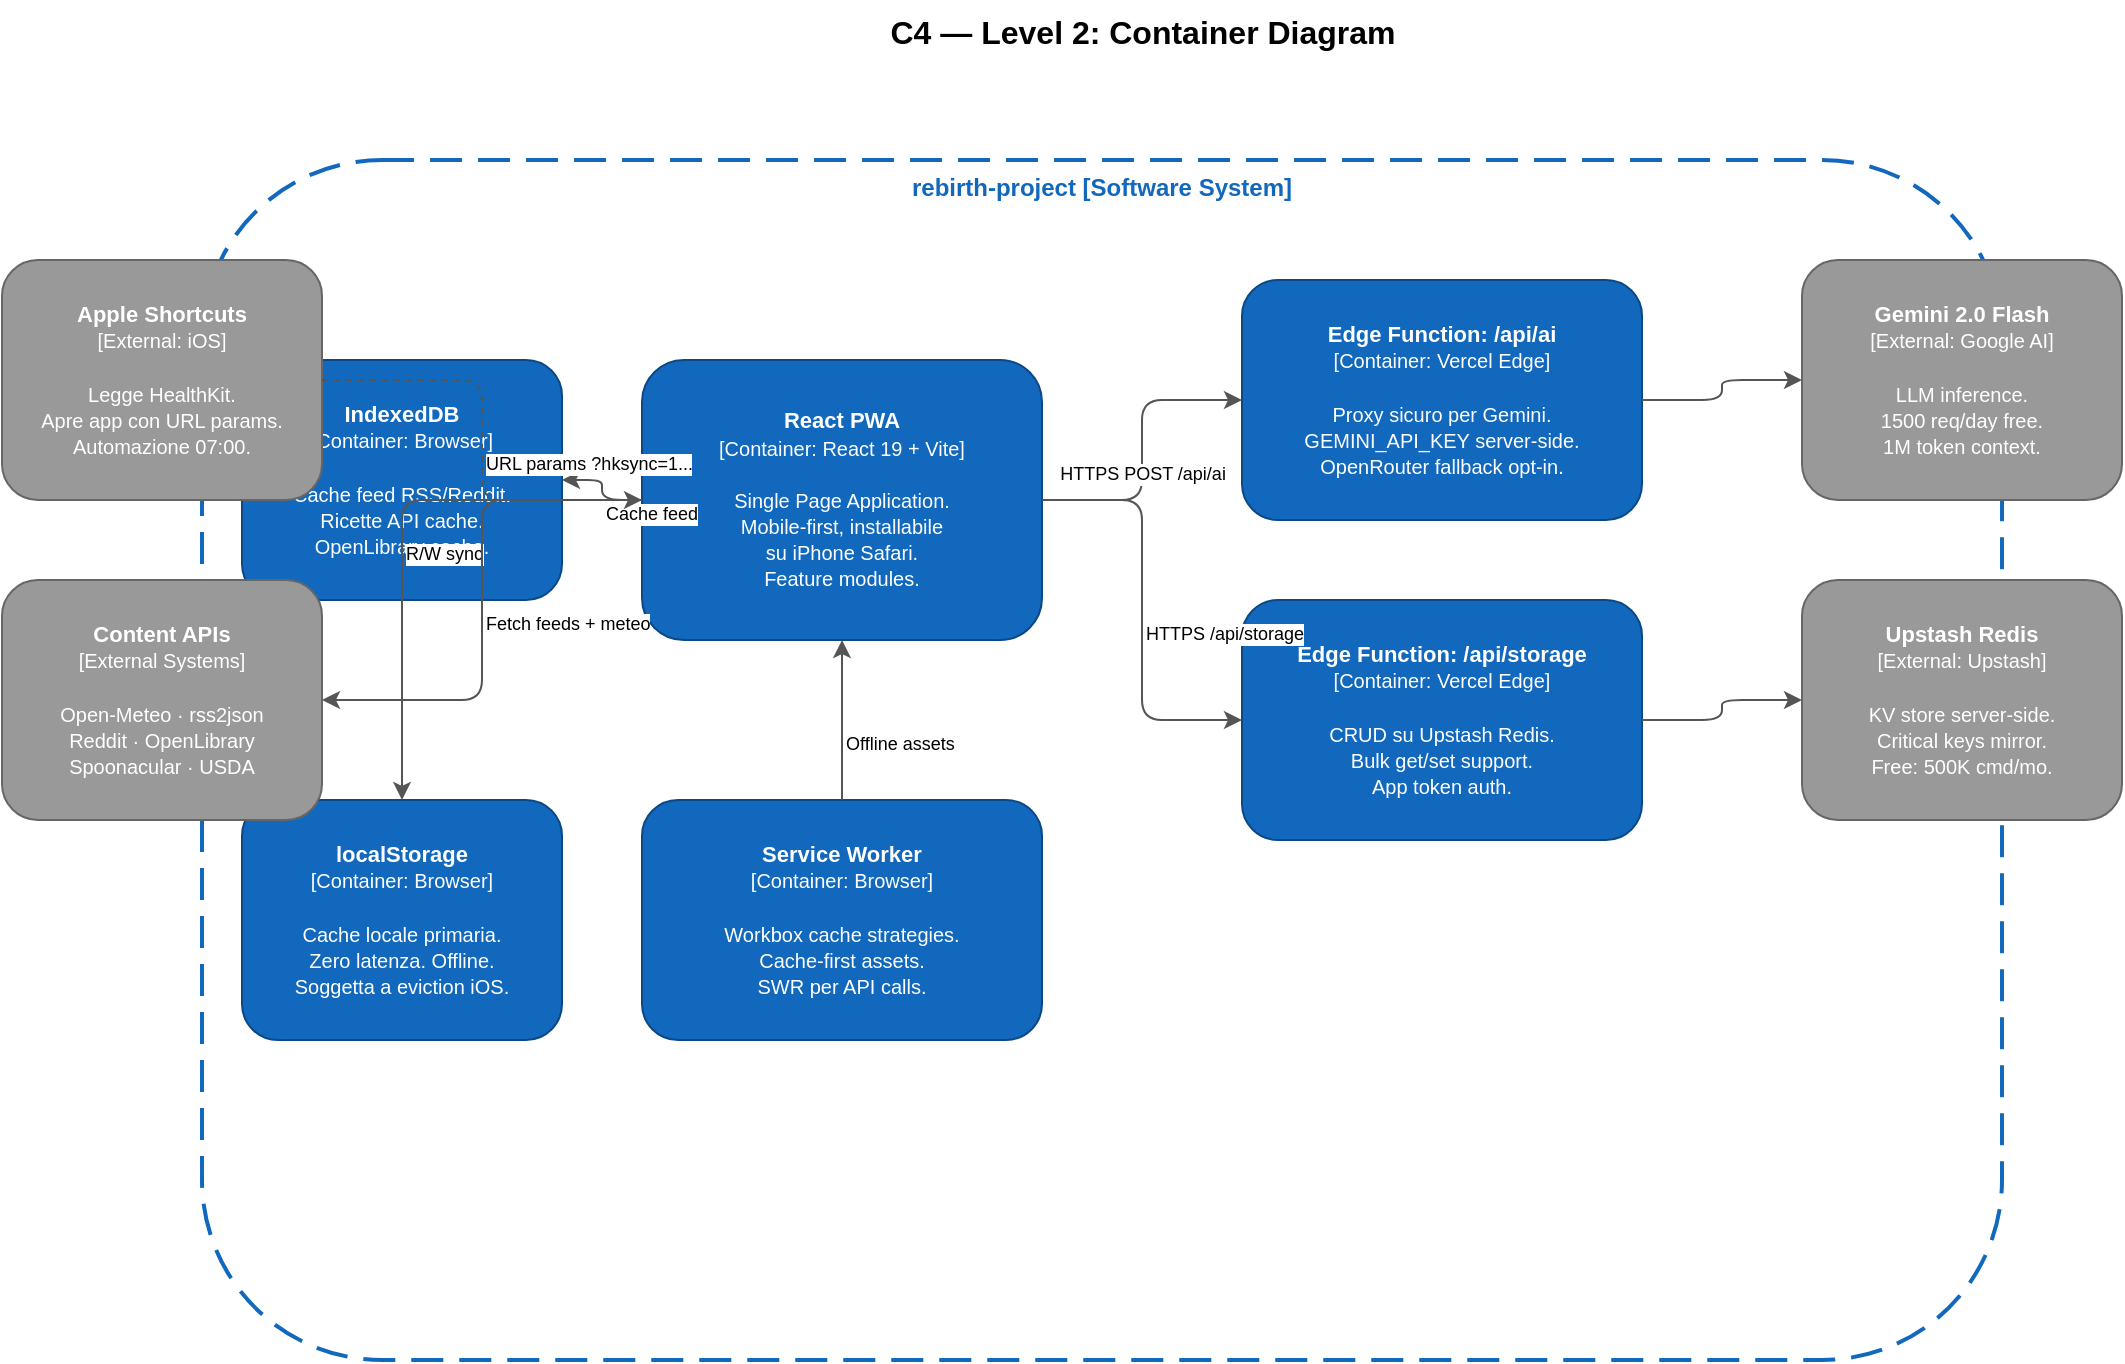
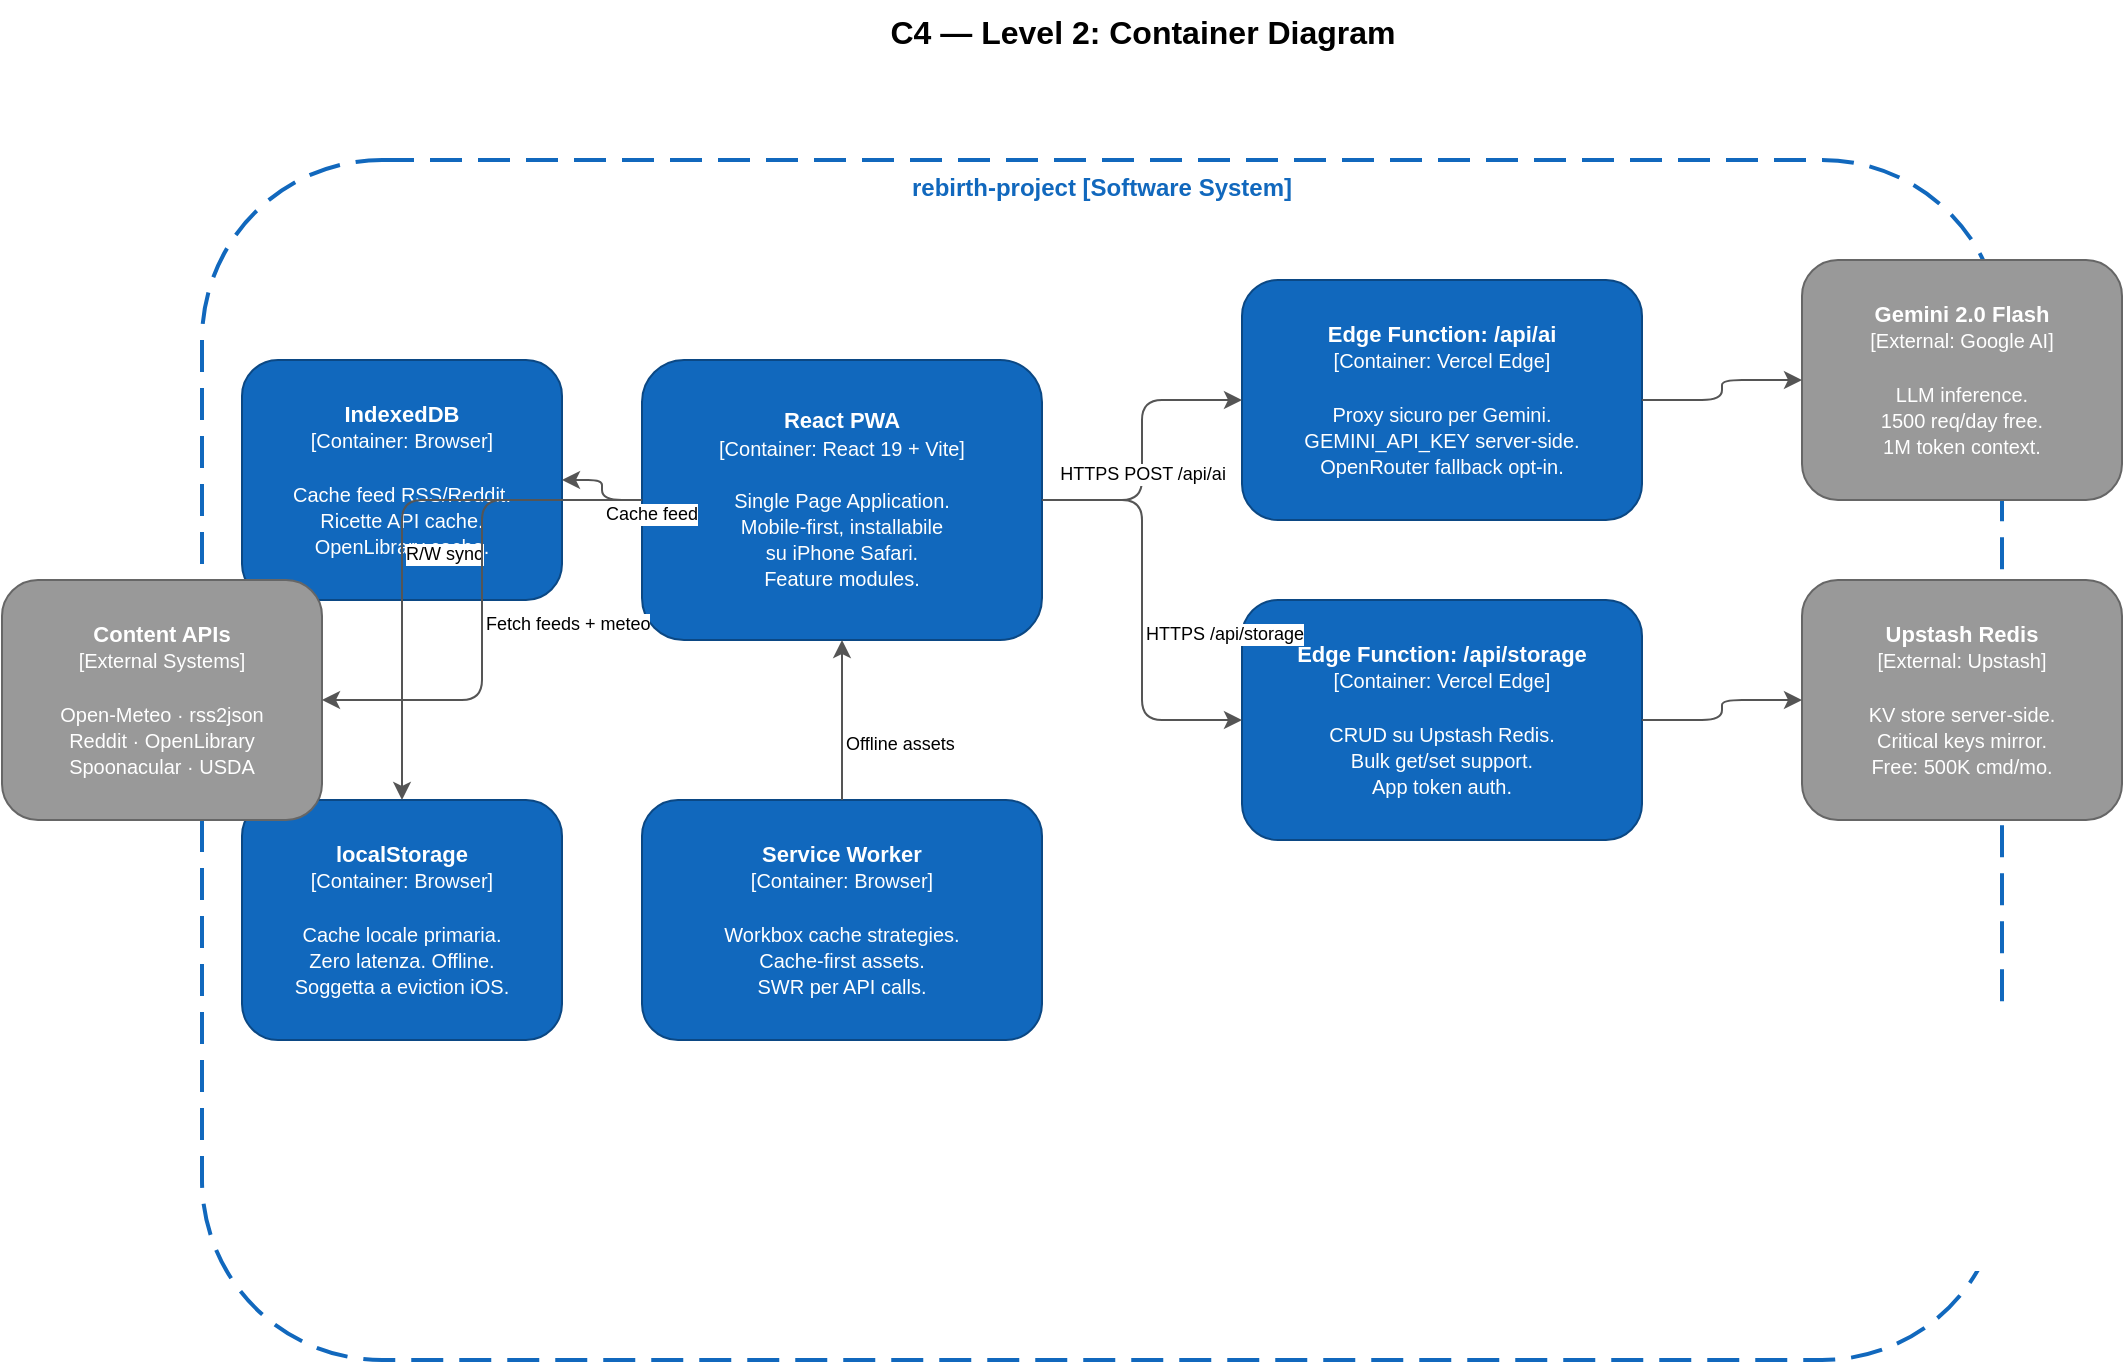
<mxfile host="Claude Code" version="21.0.0">
  <diagram name="C4 Level 2 — Containers" id="c4-containers">
    <mxGraphModel dx="1400" dy="900" grid="1" gridSize="10">
      <root>
        <mxCell id="0"/><mxCell id="1" parent="0"/>

        <mxCell id="t1" value="C4 — Level 2: Container Diagram" style="text;html=1;strokeColor=none;fillColor=none;align=center;fontSize=16;fontStyle=1;" vertex="1" parent="1">
          <mxGeometry x="300" y="20" width="700" height="30" as="geometry"/>
        </mxCell>

        <mxCell id="boundary" value="rebirth-project [Software System]" style="rounded=1;whiteSpace=wrap;html=1;strokeColor=#1168bd;fillColor=none;dashed=1;dashPattern=8 4;strokeWidth=2;fontColor=#1168bd;fontStyle=1;fontSize=12;verticalAlign=top;" vertex="1" parent="1">
          <mxGeometry x="180" y="100" width="900" height="600" as="geometry"/>
        </mxCell>

        <mxCell id="spa" value="&lt;b&gt;React PWA&lt;/b&gt;&lt;br/&gt;&lt;font style='font-size:10px'&gt;[Container: React 19 + Vite]&lt;br/&gt;&lt;br/&gt;Single Page Application.&lt;br/&gt;Mobile-first, installabile&lt;br/&gt;su iPhone Safari.&lt;br/&gt;Feature modules.&lt;/font&gt;" style="rounded=1;whiteSpace=wrap;html=1;fillColor=#1168bd;strokeColor=#0b4884;fontColor=#ffffff;fontSize=11;" vertex="1" parent="1">
          <mxGeometry x="400" y="200" width="200" height="140" as="geometry"/>
        </mxCell>

        <mxCell id="efai" value="&lt;b&gt;Edge Function: /api/ai&lt;/b&gt;&lt;br/&gt;&lt;font style='font-size:10px'&gt;[Container: Vercel Edge]&lt;br/&gt;&lt;br/&gt;Proxy sicuro per Gemini.&lt;br/&gt;GEMINI_API_KEY server-side.&lt;br/&gt;OpenRouter fallback opt-in.&lt;/font&gt;" style="rounded=1;whiteSpace=wrap;html=1;fillColor=#1168bd;strokeColor=#0b4884;fontColor=#ffffff;fontSize=11;" vertex="1" parent="1">
          <mxGeometry x="700" y="160" width="200" height="120" as="geometry"/>
        </mxCell>

        <mxCell id="efst" value="&lt;b&gt;Edge Function: /api/storage&lt;/b&gt;&lt;br/&gt;&lt;font style='font-size:10px'&gt;[Container: Vercel Edge]&lt;br/&gt;&lt;br/&gt;CRUD su Upstash Redis.&lt;br/&gt;Bulk get/set support.&lt;br/&gt;App token auth.&lt;/font&gt;" style="rounded=1;whiteSpace=wrap;html=1;fillColor=#1168bd;strokeColor=#0b4884;fontColor=#ffffff;fontSize=11;" vertex="1" parent="1">
          <mxGeometry x="700" y="320" width="200" height="120" as="geometry"/>
        </mxCell>

        <mxCell id="sw" value="&lt;b&gt;Service Worker&lt;/b&gt;&lt;br/&gt;&lt;font style='font-size:10px'&gt;[Container: Browser]&lt;br/&gt;&lt;br/&gt;Workbox cache strategies.&lt;br/&gt;Cache-first assets.&lt;br/&gt;SWR per API calls.&lt;/font&gt;" style="rounded=1;whiteSpace=wrap;html=1;fillColor=#1168bd;strokeColor=#0b4884;fontColor=#ffffff;fontSize=11;" vertex="1" parent="1">
          <mxGeometry x="400" y="420" width="200" height="120" as="geometry"/>
        </mxCell>

        <mxCell id="ls" value="&lt;b&gt;localStorage&lt;/b&gt;&lt;br/&gt;&lt;font style='font-size:10px'&gt;[Container: Browser]&lt;br/&gt;&lt;br/&gt;Cache locale primaria.&lt;br/&gt;Zero latenza. Offline.&lt;br/&gt;Soggetta a eviction iOS.&lt;/font&gt;" style="rounded=1;whiteSpace=wrap;html=1;fillColor=#1168bd;strokeColor=#0b4884;fontColor=#ffffff;fontSize=11;" vertex="1" parent="1">
          <mxGeometry x="200" y="420" width="160" height="120" as="geometry"/>
        </mxCell>

        <mxCell id="idb" value="&lt;b&gt;IndexedDB&lt;/b&gt;&lt;br/&gt;&lt;font style='font-size:10px'&gt;[Container: Browser]&lt;br/&gt;&lt;br/&gt;Cache feed RSS/Reddit.&lt;br/&gt;Ricette API cache.&lt;br/&gt;OpenLibrary cache.&lt;/font&gt;" style="rounded=1;whiteSpace=wrap;html=1;fillColor=#1168bd;strokeColor=#0b4884;fontColor=#ffffff;fontSize=11;" vertex="1" parent="1">
          <mxGeometry x="200" y="200" width="160" height="120" as="geometry"/>
        </mxCell>

        <mxCell id="upstash" value="&lt;b&gt;Upstash Redis&lt;/b&gt;&lt;br/&gt;&lt;font style='font-size:10px'&gt;[External: Upstash]&lt;br/&gt;&lt;br/&gt;KV store server-side.&lt;br/&gt;Critical keys mirror.&lt;br/&gt;Free: 500K cmd/mo.&lt;/font&gt;" style="rounded=1;whiteSpace=wrap;html=1;fillColor=#999999;strokeColor=#666666;fontColor=#ffffff;fontSize=11;" vertex="1" parent="1">
          <mxGeometry x="980" y="310" width="160" height="120" as="geometry"/>
        </mxCell>

        <mxCell id="gemini" value="&lt;b&gt;Gemini 2.0 Flash&lt;/b&gt;&lt;br/&gt;&lt;font style='font-size:10px'&gt;[External: Google AI]&lt;br/&gt;&lt;br/&gt;LLM inference.&lt;br/&gt;1500 req/day free.&lt;br/&gt;1M token context.&lt;/font&gt;" style="rounded=1;whiteSpace=wrap;html=1;fillColor=#999999;strokeColor=#666666;fontColor=#ffffff;fontSize=11;" vertex="1" parent="1">
          <mxGeometry x="980" y="150" width="160" height="120" as="geometry"/>
        </mxCell>

        <mxCell id="apis" value="&lt;b&gt;Content APIs&lt;/b&gt;&lt;br/&gt;&lt;font style='font-size:10px'&gt;[External Systems]&lt;br/&gt;&lt;br/&gt;Open-Meteo · rss2json&lt;br/&gt;Reddit · OpenLibrary&lt;br/&gt;Spoonacular · USDA&lt;/font&gt;" style="rounded=1;whiteSpace=wrap;html=1;fillColor=#999999;strokeColor=#666666;fontColor=#ffffff;fontSize=11;" vertex="1" parent="1">
          <mxGeometry x="80" y="310" width="160" height="120" as="geometry"/>
        </mxCell>

-         <mxCell id="shortcuts" value="&lt;b&gt;Apple Shortcuts&lt;/b&gt;&lt;br/&gt;&lt;font style='font-size:10px'&gt;[External: iOS]&lt;br/&gt;&lt;br/&gt;Legge HealthKit.&lt;br/&gt;Apre app con URL params.&lt;br/&gt;Automazione 07:00.&lt;/font&gt;" style="rounded=1;whiteSpace=wrap;html=1;fillColor=#999999;strokeColor=#666666;fontColor=#ffffff;fontSize=11;" vertex="1" parent="1">
-           <mxGeometry x="80" y="150" width="160" height="120" as="geometry"/>
-         </mxCell>
- 
-         <mxCell id="a1" style="edgeStyle=orthogonalEdgeStyle;html=1;strokeColor=#555;fontSize=9;" edge="1" parent="1" source="spa" target="efai">
+ <mxCell id="a1" style="edgeStyle=orthogonalEdgeStyle;html=1;strokeColor=#555;fontSize=9;" edge="1" parent="1" source="spa" target="efai">
          <mxGeometry relative="1" as="geometry"/>
        </mxCell>
        <mxCell id="a1l" value="HTTPS POST /api/ai" style="edgeLabel;html=1;fontSize=9;align=center;" vertex="1" connectable="0" parent="a1">
          <mxGeometry relative="0.5" as="geometry"/>
        </mxCell>
        <mxCell id="a2" style="edgeStyle=orthogonalEdgeStyle;html=1;strokeColor=#555;fontSize=9;" edge="1" parent="1" source="spa" target="efst">
          <mxGeometry relative="1" as="geometry"/>
        </mxCell>
        <mxCell id="a2l" value="HTTPS /api/storage" style="edgeLabel;html=1;fontSize=9;" vertex="1" connectable="0" parent="a2">
          <mxGeometry relative="0.5" as="geometry"/>
        </mxCell>
        <mxCell id="a3" style="edgeStyle=orthogonalEdgeStyle;html=1;strokeColor=#555;fontSize=9;" edge="1" parent="1" source="efai" target="gemini">
          <mxGeometry relative="1" as="geometry"/>
        </mxCell>
        <mxCell id="a4" style="edgeStyle=orthogonalEdgeStyle;html=1;strokeColor=#555;fontSize=9;" edge="1" parent="1" source="efst" target="upstash">
          <mxGeometry relative="1" as="geometry"/>
        </mxCell>
        <mxCell id="a5" style="edgeStyle=orthogonalEdgeStyle;html=1;strokeColor=#555;fontSize=9;" edge="1" parent="1" source="spa" target="ls">
          <mxGeometry relative="1" as="geometry"/>
        </mxCell>
        <mxCell id="a5l" value="R/W sync" style="edgeLabel;html=1;fontSize=9;" vertex="1" connectable="0" parent="a5">
          <mxGeometry relative="0.5" as="geometry"/>
        </mxCell>
        <mxCell id="a6" style="edgeStyle=orthogonalEdgeStyle;html=1;strokeColor=#555;fontSize=9;" edge="1" parent="1" source="spa" target="idb">
          <mxGeometry relative="1" as="geometry"/>
        </mxCell>
        <mxCell id="a6l" value="Cache feed" style="edgeLabel;html=1;fontSize=9;" vertex="1" connectable="0" parent="a6">
          <mxGeometry relative="0.5" as="geometry"/>
        </mxCell>
        <mxCell id="a7" style="edgeStyle=orthogonalEdgeStyle;html=1;strokeColor=#555;fontSize=9;" edge="1" parent="1" source="spa" target="apis">
          <mxGeometry relative="1" as="geometry"/>
        </mxCell>
        <mxCell id="a7l" value="Fetch feeds + meteo" style="edgeLabel;html=1;fontSize=9;" vertex="1" connectable="0" parent="a7">
          <mxGeometry relative="0.5" as="geometry"/>
        </mxCell>
-         <mxCell id="a8" style="edgeStyle=orthogonalEdgeStyle;html=1;strokeColor=#555;dashed=1;fontSize=9;" edge="1" parent="1" source="shortcuts" target="spa">
-           <mxGeometry relative="1" as="geometry"/>
-         </mxCell>
-         <mxCell id="a8l" value="URL params ?hksync=1..." style="edgeLabel;html=1;fontSize=9;" vertex="1" connectable="0" parent="a8">
-           <mxGeometry relative="0.5" as="geometry"/>
-         </mxCell>
        <mxCell id="a9" style="edgeStyle=orthogonalEdgeStyle;html=1;strokeColor=#555;fontSize=9;" edge="1" parent="1" source="sw" target="spa">
          <mxGeometry relative="1" as="geometry"/>
        </mxCell>
        <mxCell id="a9l" value="Offline assets" style="edgeLabel;html=1;fontSize=9;" vertex="1" connectable="0" parent="a9">
          <mxGeometry relative="0.5" as="geometry"/>
        </mxCell>

      </root>
    </mxGraphModel>
  </diagram>
</mxfile>
